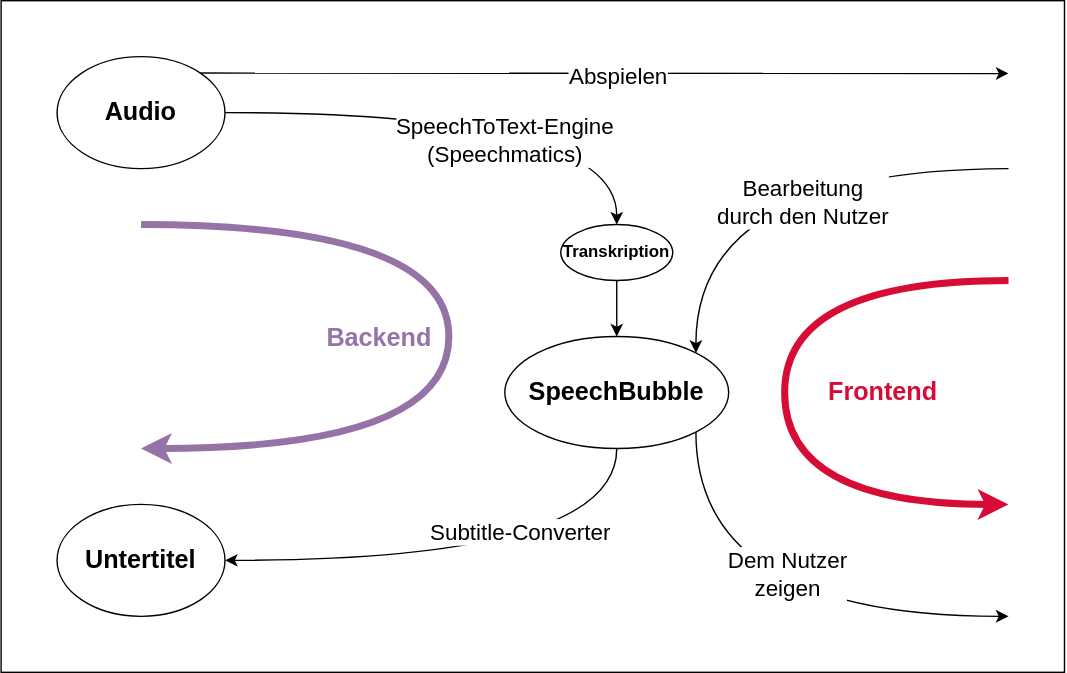
Above: img/Datenfluss.drawio.svg in Subletic/Documentation (draw.io), before the change. Source tidied: cells renumbered, new cells last; positions are measured from the earlier drawing's top-left corner, leaving out a move shared by most shapes. Its diagram source:
```xml
<mxGraphModel>
  <root>
    <mxCell id="0" />
    <mxCell id="1" parent="0" />
    <mxCell id="2" style="rounded=0;whiteSpace=wrap;html=1;" parent="1" vertex="1">
      <mxGeometry width="760" height="480" as="geometry" />
    </mxCell>
    <mxCell id="3" style="html=1;exitX=1;exitY=0.5;exitDx=0;exitDy=0;edgeStyle=orthogonalEdgeStyle;curved=1;entryX=0.5;entryY=0;entryDx=0;entryDy=0;" parent="1" edge="1" source="7" target="15">
      <mxGeometry relative="1" as="geometry" />
    </mxCell>
    <mxCell id="4" value="SpeechToText-Engine&lt;br&gt;(Speechmatics)" style="edgeLabel;html=1;align=center;verticalAlign=middle;fontSize=16;" parent="3" vertex="1">
      <mxGeometry x="-0.17" y="-17" relative="1" as="geometry">
        <mxPoint x="50" y="3" as="offset" />
      </mxGeometry>
    </mxCell>
    <mxCell id="5" style="edgeStyle=orthogonalEdgeStyle;curved=1;html=1;exitX=1;exitY=0;exitDx=0;exitDy=0;strokeColor=#000000;strokeWidth=1;fontSize=12;fontColor=#D60C37;" parent="1" edge="1" source="7">
      <mxGeometry relative="1" as="geometry">
        <mxPoint x="720" y="52" as="targetPoint" />
      </mxGeometry>
    </mxCell>
    <mxCell id="6" value="&lt;font color=&quot;#000000&quot; style=&quot;font-size: 16px;&quot;&gt;Abspielen&lt;/font&gt;" style="edgeLabel;html=1;align=center;verticalAlign=middle;fontSize=16;fontColor=#D60C37;" parent="5" vertex="1">
      <mxGeometry x="0.18" y="-1" relative="1" as="geometry">
        <mxPoint x="-43" as="offset" />
      </mxGeometry>
    </mxCell>
    <mxCell id="7" value="&lt;b&gt;&lt;font style=&quot;font-size: 18px;&quot;&gt;Audio&lt;/font&gt;&lt;/b&gt;" style="ellipse;whiteSpace=wrap;html=1;" parent="1" vertex="1">
      <mxGeometry x="40" y="40" width="120" height="80" as="geometry" />
    </mxCell>
    <mxCell id="8" value="&lt;font style=&quot;font-size: 18px;&quot;&gt;&lt;b&gt;Untertitel&lt;/b&gt;&lt;/font&gt;" style="ellipse;whiteSpace=wrap;html=1;" parent="1" vertex="1">
      <mxGeometry x="40" y="360" width="120" height="80" as="geometry" />
    </mxCell>
    <mxCell id="9" style="edgeStyle=orthogonalEdgeStyle;html=1;exitX=0.5;exitY=1;exitDx=0;exitDy=0;entryX=1;entryY=0.5;entryDx=0;entryDy=0;curved=1;" parent="1" edge="1" source="13" target="8">
      <mxGeometry relative="1" as="geometry" />
    </mxCell>
    <mxCell id="10" value="Subtitle-Converter" style="edgeLabel;html=1;align=center;verticalAlign=middle;fontSize=16;" parent="9" vertex="1">
      <mxGeometry x="0.14" y="-22" relative="1" as="geometry">
        <mxPoint x="56" y="2" as="offset" />
      </mxGeometry>
    </mxCell>
    <mxCell id="11" style="edgeStyle=orthogonalEdgeStyle;html=1;exitX=1;exitY=1;exitDx=0;exitDy=0;strokeWidth=1;fontSize=12;fontColor=#000000;curved=1;" parent="1" edge="1" source="13">
      <mxGeometry relative="1" as="geometry">
        <mxPoint x="720" y="440" as="targetPoint" />
        <Array as="points">
          <mxPoint x="497" y="440" />
        </Array>
      </mxGeometry>
    </mxCell>
    <mxCell id="12" value="Dem Nutzer &lt;br style=&quot;font-size: 16px;&quot;&gt;zeigen" style="edgeLabel;html=1;align=center;verticalAlign=middle;fontSize=16;fontColor=#000000;" parent="11" vertex="1">
      <mxGeometry x="0.11" y="30" relative="1" as="geometry" />
    </mxCell>
    <mxCell id="13" value="&lt;font style=&quot;font-size: 18px;&quot;&gt;&lt;b&gt;SpeechBubble&lt;/b&gt;&lt;/font&gt;" style="ellipse;whiteSpace=wrap;html=1;" parent="1" vertex="1">
      <mxGeometry x="360" y="240" width="160" height="80" as="geometry" />
    </mxCell>
    <mxCell id="14" style="edgeStyle=orthogonalEdgeStyle;curved=1;html=1;exitX=0.5;exitY=1;exitDx=0;exitDy=0;entryX=0.5;entryY=0;entryDx=0;entryDy=0;sourcePerimeterSpacing=0;" parent="1" edge="1" source="15" target="13">
      <mxGeometry relative="1" as="geometry" />
    </mxCell>
    <mxCell id="15" value="&lt;b&gt;Transkription&lt;/b&gt;" style="ellipse;whiteSpace=wrap;html=1;" parent="1" vertex="1">
      <mxGeometry x="400" y="160" width="80" height="40" as="geometry" />
    </mxCell>
    <mxCell id="16" style="endArrow=classic;html=1;fontSize=18;edgeStyle=orthogonalEdgeStyle;curved=1;strokeWidth=5;fillColor=#e1d5e7;strokeColor=#9673a6;" parent="1" edge="1">
      <mxGeometry relative="1" as="geometry">
        <mxPoint x="100" y="160" as="sourcePoint" />
        <mxPoint x="100" y="320" as="targetPoint" />
        <Array as="points">
          <mxPoint x="320" y="160" />
          <mxPoint x="320" y="320" />
        </Array>
      </mxGeometry>
    </mxCell>
    <mxCell id="17" value="Backend" style="edgeLabel;html=1;align=center;verticalAlign=middle;fontSize=18;labelBorderColor=none;spacingLeft=5;spacingRight=5;spacingBottom=5;spacingTop=5;spacing=5;fontColor=#9673A6;fontStyle=1;" parent="16" vertex="1">
      <mxGeometry x="0.1" y="-7" relative="1" as="geometry">
        <mxPoint x="-43" y="-29" as="offset" />
      </mxGeometry>
    </mxCell>
    <mxCell id="18" style="endArrow=classic;html=1;strokeWidth=1;fontSize=18;fontColor=#9673A6;curved=1;entryX=1;entryY=0;entryDx=0;entryDy=0;edgeStyle=orthogonalEdgeStyle;" parent="1" edge="1" target="13">
      <mxGeometry relative="1" as="geometry">
        <mxPoint x="720" y="120" as="sourcePoint" />
      </mxGeometry>
    </mxCell>
    <mxCell id="19" value="Bearbeitung&lt;br style=&quot;font-size: 16px;&quot;&gt;durch den Nutzer" style="edgeLabel;html=1;align=center;verticalAlign=middle;fontSize=16;fontColor=#000000;" parent="18" vertex="1">
      <mxGeometry x="-0.17" y="23" relative="1" as="geometry" />
    </mxCell>
    <mxCell id="20" style="endArrow=classic;html=1;fontSize=18;edgeStyle=orthogonalEdgeStyle;curved=1;strokeWidth=5;fillColor=#e1d5e7;strokeColor=#D60C37;fontColor=#D60C37;" parent="1" edge="1">
      <mxGeometry relative="1" as="geometry">
        <mxPoint x="720" y="200" as="sourcePoint" />
        <mxPoint x="720" y="360" as="targetPoint" />
        <Array as="points">
          <mxPoint x="560" y="200" />
          <mxPoint x="560" y="360" />
        </Array>
      </mxGeometry>
    </mxCell>
    <mxCell id="21" value="Frontend" style="edgeLabel;html=1;align=center;verticalAlign=middle;fontSize=18;labelBorderColor=none;spacingLeft=5;spacingRight=5;spacingBottom=5;spacingTop=5;spacing=5;fontColor=#D60C37;fontStyle=1;" parent="20" vertex="1">
      <mxGeometry x="0.1" y="-7" relative="1" as="geometry">
        <mxPoint x="77" y="-24" as="offset" />
      </mxGeometry>
    </mxCell>
  </root>
</mxGraphModel>
```
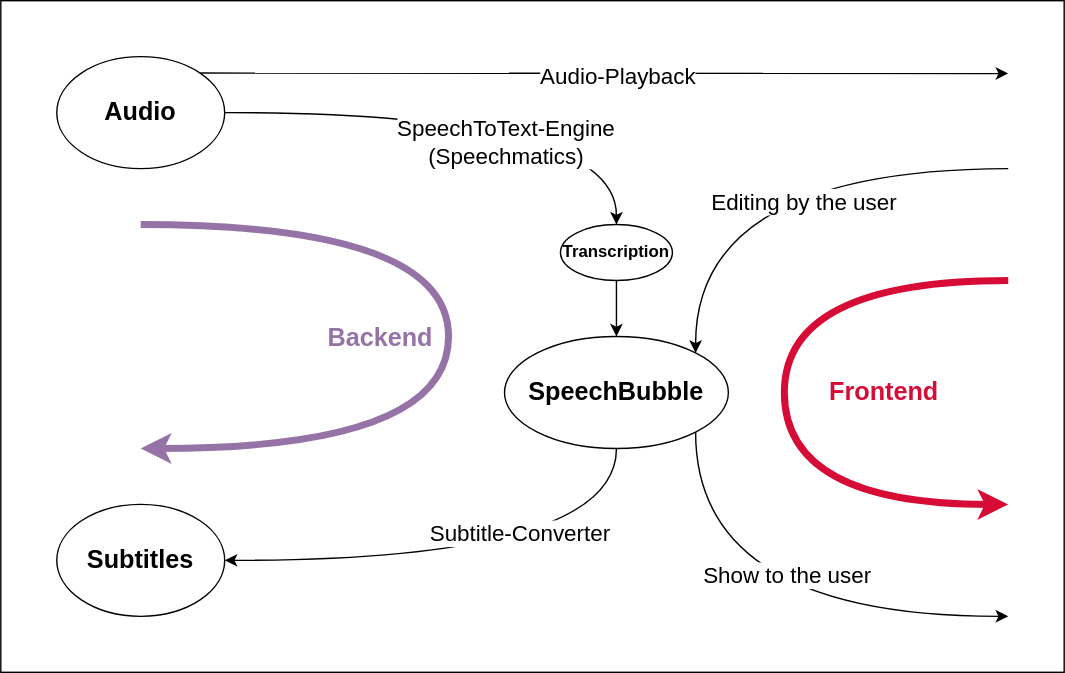
Above is the later version.

Change to the diagram source:
```diff
@@ -18,7 +18,7 @@
         <mxPoint x="720" y="52" as="targetPoint" />
       </mxGeometry>
     </mxCell>
-    <mxCell id="6" value="&lt;font color=&quot;#000000&quot; style=&quot;font-size: 16px;&quot;&gt;Abspielen&lt;/font&gt;" style="edgeLabel;html=1;align=center;verticalAlign=middle;fontSize=16;fontColor=#D60C37;" parent="5" vertex="1">
+    <mxCell id="6" value="&lt;font color=&quot;#000000&quot; style=&quot;font-size: 16px;&quot;&gt;Audio-Playback&lt;/font&gt;" style="edgeLabel;html=1;align=center;verticalAlign=middle;fontSize=16;fontColor=#D60C37;" parent="5" vertex="1">
       <mxGeometry x="0.18" y="-1" relative="1" as="geometry">
         <mxPoint x="-43" as="offset" />
       </mxGeometry>
@@ -26,7 +26,7 @@
     <mxCell id="7" value="&lt;b&gt;&lt;font style=&quot;font-size: 18px;&quot;&gt;Audio&lt;/font&gt;&lt;/b&gt;" style="ellipse;whiteSpace=wrap;html=1;" parent="1" vertex="1">
       <mxGeometry x="40" y="40" width="120" height="80" as="geometry" />
     </mxCell>
-    <mxCell id="8" value="&lt;font style=&quot;font-size: 18px;&quot;&gt;&lt;b&gt;Untertitel&lt;/b&gt;&lt;/font&gt;" style="ellipse;whiteSpace=wrap;html=1;" parent="1" vertex="1">
+    <mxCell id="8" value="&lt;font style=&quot;font-size: 18px;&quot;&gt;&lt;b&gt;Subtitles&lt;/b&gt;&lt;/font&gt;" style="ellipse;whiteSpace=wrap;html=1;" parent="1" vertex="1">
       <mxGeometry x="40" y="360" width="120" height="80" as="geometry" />
     </mxCell>
     <mxCell id="9" style="edgeStyle=orthogonalEdgeStyle;html=1;exitX=0.5;exitY=1;exitDx=0;exitDy=0;entryX=1;entryY=0.5;entryDx=0;entryDy=0;curved=1;" parent="1" edge="1" source="13" target="8">
@@ -45,7 +45,7 @@
         </Array>
       </mxGeometry>
     </mxCell>
-    <mxCell id="12" value="Dem Nutzer &lt;br style=&quot;font-size: 16px;&quot;&gt;zeigen" style="edgeLabel;html=1;align=center;verticalAlign=middle;fontSize=16;fontColor=#000000;" parent="11" vertex="1">
+    <mxCell id="12" value="Show to the user" style="edgeLabel;html=1;align=center;verticalAlign=middle;fontSize=16;fontColor=#000000;" parent="11" vertex="1">
       <mxGeometry x="0.11" y="30" relative="1" as="geometry" />
     </mxCell>
     <mxCell id="13" value="&lt;font style=&quot;font-size: 18px;&quot;&gt;&lt;b&gt;SpeechBubble&lt;/b&gt;&lt;/font&gt;" style="ellipse;whiteSpace=wrap;html=1;" parent="1" vertex="1">
@@ -54,7 +54,7 @@
     <mxCell id="14" style="edgeStyle=orthogonalEdgeStyle;curved=1;html=1;exitX=0.5;exitY=1;exitDx=0;exitDy=0;entryX=0.5;entryY=0;entryDx=0;entryDy=0;sourcePerimeterSpacing=0;" parent="1" edge="1" source="15" target="13">
       <mxGeometry relative="1" as="geometry" />
     </mxCell>
-    <mxCell id="15" value="&lt;b&gt;Transkription&lt;/b&gt;" style="ellipse;whiteSpace=wrap;html=1;" parent="1" vertex="1">
+    <mxCell id="15" value="&lt;b&gt;Transcription&lt;/b&gt;" style="ellipse;whiteSpace=wrap;html=1;" parent="1" vertex="1">
       <mxGeometry x="400" y="160" width="80" height="40" as="geometry" />
     </mxCell>
     <mxCell id="16" style="endArrow=classic;html=1;fontSize=18;edgeStyle=orthogonalEdgeStyle;curved=1;strokeWidth=5;fillColor=#e1d5e7;strokeColor=#9673a6;" parent="1" edge="1">
@@ -77,7 +77,7 @@
         <mxPoint x="720" y="120" as="sourcePoint" />
       </mxGeometry>
     </mxCell>
-    <mxCell id="19" value="Bearbeitung&lt;br style=&quot;font-size: 16px;&quot;&gt;durch den Nutzer" style="edgeLabel;html=1;align=center;verticalAlign=middle;fontSize=16;fontColor=#000000;" parent="18" vertex="1">
+    <mxCell id="19" value="Editing by the user" style="edgeLabel;html=1;align=center;verticalAlign=middle;fontSize=16;fontColor=#000000;" parent="18" vertex="1">
       <mxGeometry x="-0.17" y="23" relative="1" as="geometry" />
     </mxCell>
     <mxCell id="20" style="endArrow=classic;html=1;fontSize=18;edgeStyle=orthogonalEdgeStyle;curved=1;strokeWidth=5;fillColor=#e1d5e7;strokeColor=#D60C37;fontColor=#D60C37;" parent="1" edge="1">
```
